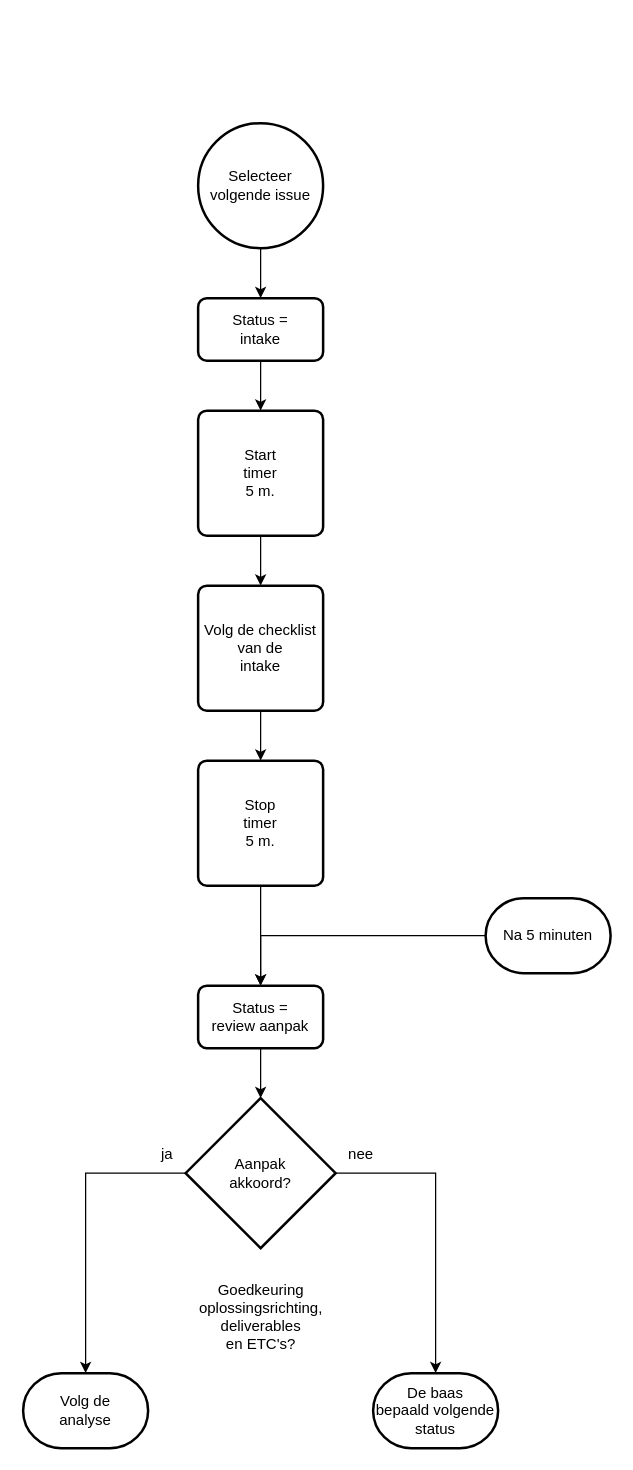
Zaibatsu89/IssueTracker keeps this draw.io diagram as 1 Issue Tracker intake.drawio. Above is the earlier version. Source tidied: cells renumbered, new cells numbered last; positions are measured from the earlier drawing's top-left corner, leaving out a move shared by most shapes. Both pictures are drawn from the tidied source at 125%, with x=0, y=0 at pixel (22, 122).
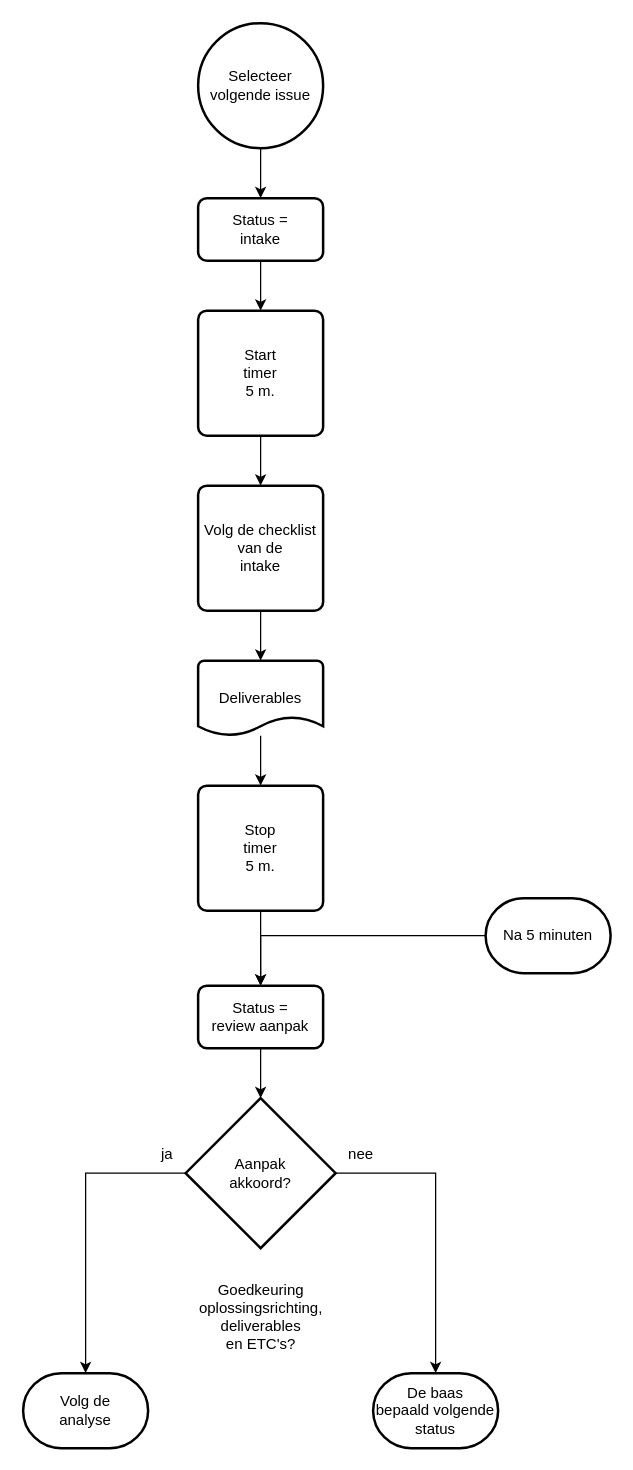
The same diagram, later.

Commit message (it also covers changes not shown here):
bepaal deliverable per fase -> document-icon in flowcharts

What changed in the source:
```diff
@@
     <mxCell id="3" value="Selecteer&lt;br&gt;volgende issue" style="strokeWidth=2;html=1;shape=mxgraph.flowchart.start_2;whiteSpace=wrap;" parent="1" vertex="1">
-      <mxGeometry x="140" width="100" height="100" as="geometry" />
+      <mxGeometry x="140" y="-80" width="100" height="100" as="geometry" />
     </mxCell>
-    <mxCell id="4" style="edgeStyle=orthogonalEdgeStyle;rounded=0;jettySize=auto;html=1;" parent="1" edge="1" source="5" target="10">
-      <mxGeometry relative="1" as="geometry" />
-    </mxCell>
+    <mxCell id="24" style="edgeStyle=orthogonalEdgeStyle;rounded=0;jettySize=auto;html=1;" parent="1" edge="1" source="5" target="26">
+      <mxGeometry relative="1" as="geometry" />
+    </mxCell>
     <mxCell id="5" value="Volg de checklist&lt;br&gt;van de&lt;br&gt;intake" style="rounded=1;whiteSpace=wrap;html=1;absoluteArcSize=1;arcSize=14;strokeWidth=2;" parent="1" vertex="1">
-      <mxGeometry x="140" y="370" width="100" height="100" as="geometry" />
+      <mxGeometry x="140" y="290" width="100" height="100" as="geometry" />
     </mxCell>
@@
     <mxCell id="8" value="Start&lt;br&gt;timer&lt;br&gt;5 m." style="rounded=1;whiteSpace=wrap;html=1;absoluteArcSize=1;arcSize=14;strokeWidth=2;" parent="1" vertex="1">
-      <mxGeometry x="140" y="230" width="100" height="100" as="geometry" />
+      <mxGeometry x="140" y="150" width="100" height="100" as="geometry" />
     </mxCell>
@@
     <mxCell id="10" value="Stop&lt;br&gt;timer&lt;br&gt;5 m." style="rounded=1;whiteSpace=wrap;html=1;absoluteArcSize=1;arcSize=14;strokeWidth=2;" parent="1" vertex="1">
-      <mxGeometry x="140" y="510" width="100" height="100" as="geometry" />
+      <mxGeometry x="140" y="530" width="100" height="100" as="geometry" />
     </mxCell>
@@
     <mxCell id="21" value="Status =&lt;br&gt;intake" style="rounded=1;whiteSpace=wrap;html=1;absoluteArcSize=1;arcSize=14;strokeWidth=2;" parent="1" vertex="1">
-      <mxGeometry x="140" y="140" width="100" height="50" as="geometry" />
+      <mxGeometry x="140" y="60" width="100" height="50" as="geometry" />
     </mxCell>
@@
+    <mxCell id="25" style="edgeStyle=orthogonalEdgeStyle;rounded=0;jettySize=auto;html=1;" parent="1" edge="1" source="26" target="10">
+      <mxGeometry relative="1" as="geometry" />
+    </mxCell>
+    <mxCell id="26" value="Deliverables" style="strokeWidth=2;html=1;shape=mxgraph.flowchart.document2;whiteSpace=wrap;size=0.25;" parent="1" vertex="1">
+      <mxGeometry x="140" y="430" width="100" height="60" as="geometry" />
+    </mxCell>
```
